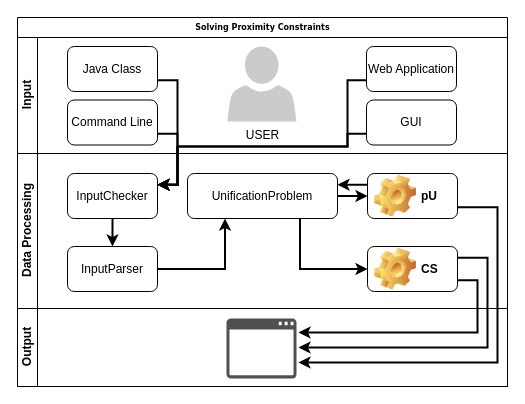
Above: Documentation/WorkFlow.drawio in SophieHofmanninger/Solving-proximity-constraints (draw.io), before the change. Source tidied: cells renumbered, new cells numbered last; positions are measured from the earlier drawing's top-left corner, leaving out a move shared by most shapes. Both pictures are drawn from the tidied source at 100%, with x=0, y=0 at pixel (17, 17).
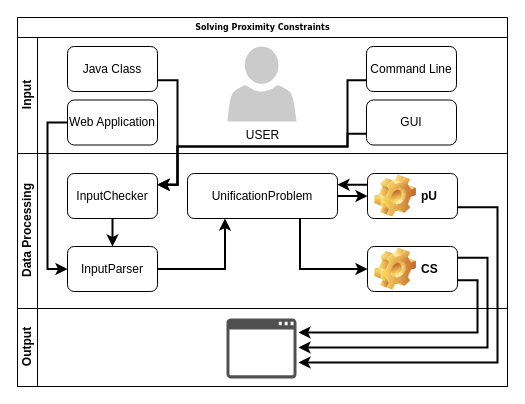
Above is the later version.

Unchanged cells that the change refers to:
```xml
<mxCell id="2" value="Solving Proximity Constraints" style="swimlane;html=1;horizontal=1;startSize=20;rounded=0;shadow=0;labelBackgroundColor=none;strokeColor=#000000;strokeWidth=1;fillColor=#ffffff;fontFamily=Verdana;fontSize=8;fontColor=#000000;align=center;" parent="1" vertex="1">
  <mxGeometry width="490" height="369" as="geometry" />
</mxCell>
<mxCell id="3" value="Input" style="swimlane;html=1;startSize=20;horizontal=0;" parent="2" vertex="1">
  <mxGeometry y="20" width="490" height="116" as="geometry" />
</mxCell>
<mxCell id="11" value="InputChecker" style="rounded=1;whiteSpace=wrap;html=1;" parent="9" vertex="1">
  <mxGeometry x="50" y="20" width="90" height="45" as="geometry" />
</mxCell>
<mxCell id="13" value="InputParser" style="rounded=1;whiteSpace=wrap;html=1;" parent="9" vertex="1">
  <mxGeometry x="50" y="93" width="90" height="45" as="geometry" />
</mxCell>
```

The edit, as a diff of the source:
```diff
@@
-    <mxCell id="6" value="Command Line" style="rounded=1;whiteSpace=wrap;html=1;" parent="3" vertex="1">
+    <mxCell id="6" value="Web Application&lt;br&gt;" style="rounded=1;whiteSpace=wrap;html=1;" parent="3" vertex="1">
       <mxGeometry x="50" y="62.5" width="90" height="45" as="geometry" />
     </mxCell>
-    <mxCell id="7" value="Web Application" style="rounded=1;whiteSpace=wrap;html=1;" parent="3" vertex="1">
+    <mxCell id="7" value="Command Line" style="rounded=1;whiteSpace=wrap;html=1;" parent="3" vertex="1">
       <mxGeometry x="349" y="9" width="90" height="45" as="geometry" />
     </mxCell>
@@
-    <mxCell id="25" style="edgeStyle=orthogonalEdgeStyle;rounded=0;jettySize=auto;html=1;exitX=1;exitY=0.75;exitDx=0;exitDy=0;entryX=1;entryY=0.25;entryDx=0;entryDy=0;endArrow=classic;endFill=1;strokeWidth=2;" parent="2" edge="1" source="6" target="11">
-      <mxGeometry relative="1" as="geometry" />
-    </mxCell>
@@
+    <mxCell id="30" style="edgeStyle=orthogonalEdgeStyle;rounded=0;jettySize=auto;html=1;exitX=0;exitY=0.5;exitDx=0;exitDy=0;entryX=0;entryY=0.5;entryDx=0;entryDy=0;strokeWidth=2;" parent="2" edge="1" source="6" target="13">
+      <mxGeometry relative="1" as="geometry" />
+    </mxCell>
```
